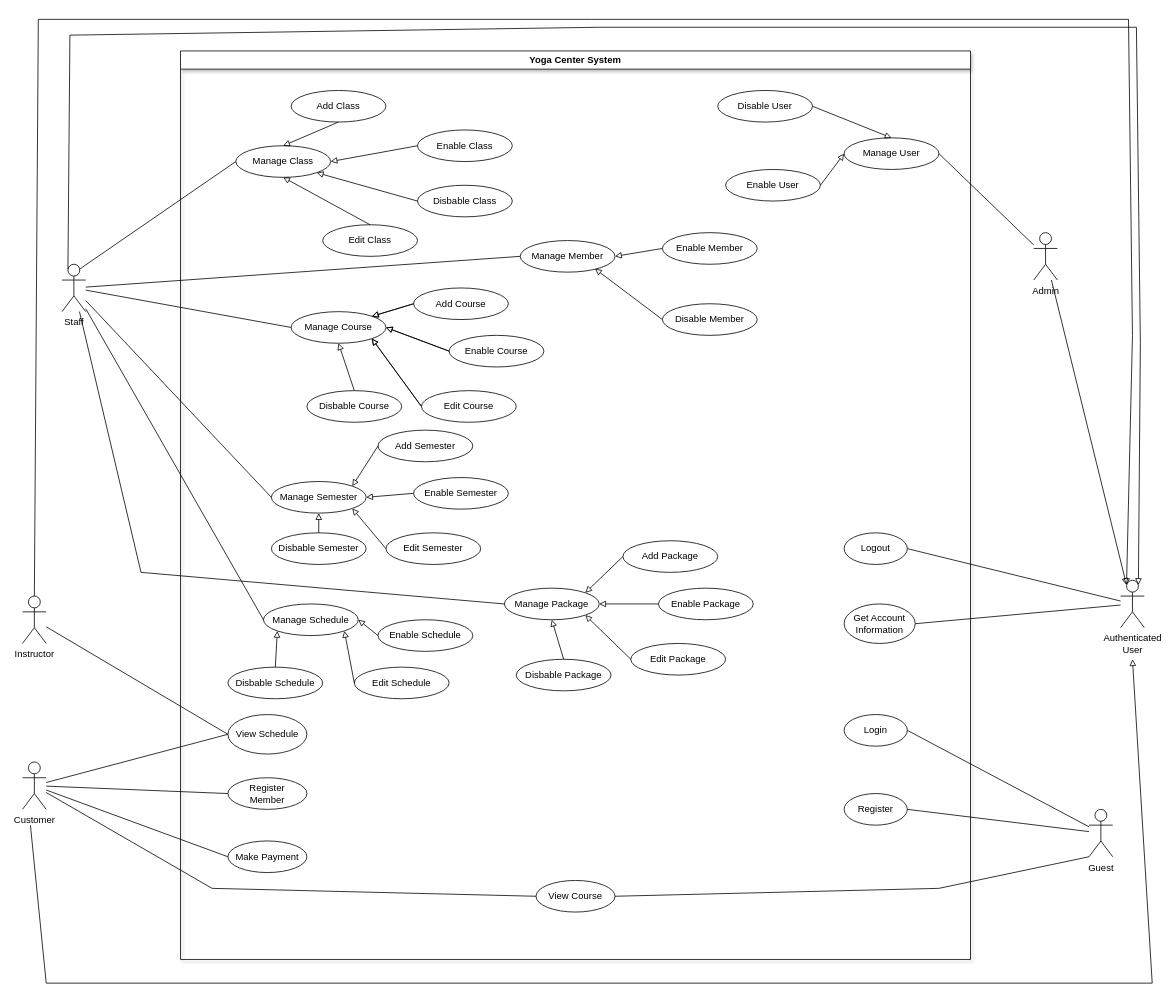
Above: page "SWR1" (4 of 4) of Untitled Diagram.drawio in minhng-178/web-starter-projects (draw.io), before the change. Source tidied: cells renumbered, new cells numbered last; positions are measured from the earlier drawing's top-left corner, leaving out a move shared by most shapes. Both pictures are drawn from the tidied source at 79%, with x=0, y=0 at pixel (22, 19).
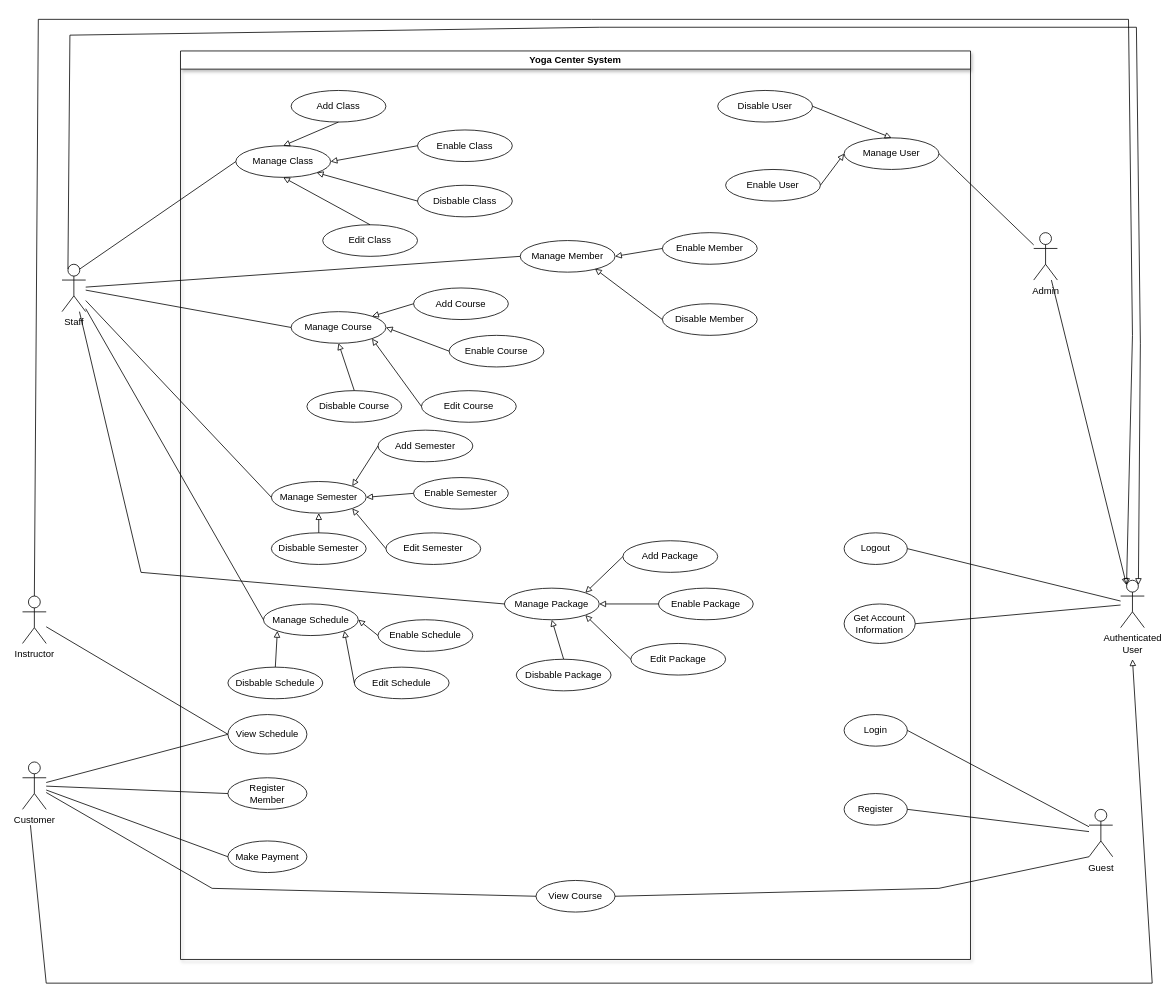
Above is the later version.

Unchanged cells that the change refers to:
```xml
<mxCell id="2" value="Yoga Center System" style="swimlane;whiteSpace=wrap;html=1;shadow=1;fontStyle=1;" parent="1" vertex="1">
  <mxGeometry x="200" y="40" width="1000" height="1150" as="geometry" />
</mxCell>
```

Change to the diagram source:
```diff
@@
-    <mxCell id="51" style="endArrow=block;html=1;rounded=0;entryX=1;entryY=0;entryDx=0;entryDy=0;endFill=0;exitX=0;exitY=0.5;exitDx=0;exitDy=0;" parent="2" edge="1">
-      <mxGeometry relative="1" as="geometry">
-        <mxPoint x="295" y="320" as="sourcePoint" />
-        <mxPoint x="242" y="336" as="targetPoint" />
-      </mxGeometry>
-    </mxCell>
-    <mxCell id="52" style="endArrow=block;html=1;rounded=0;entryX=1;entryY=0.5;entryDx=0;entryDy=0;endFill=0;exitX=0;exitY=0.5;exitDx=0;exitDy=0;" parent="2" edge="1">
-      <mxGeometry relative="1" as="geometry">
-        <mxPoint x="340" y="380" as="sourcePoint" />
-        <mxPoint x="260" y="350" as="targetPoint" />
-      </mxGeometry>
-    </mxCell>
-    <mxCell id="53" style="endArrow=block;html=1;rounded=0;entryX=1;entryY=1;entryDx=0;entryDy=0;endFill=0;exitX=0;exitY=0.5;exitDx=0;exitDy=0;" parent="2" edge="1">
-      <mxGeometry relative="1" as="geometry">
-        <mxPoint x="305" y="450" as="sourcePoint" />
-        <mxPoint x="242" y="364" as="targetPoint" />
-      </mxGeometry>
-    </mxCell>
```
